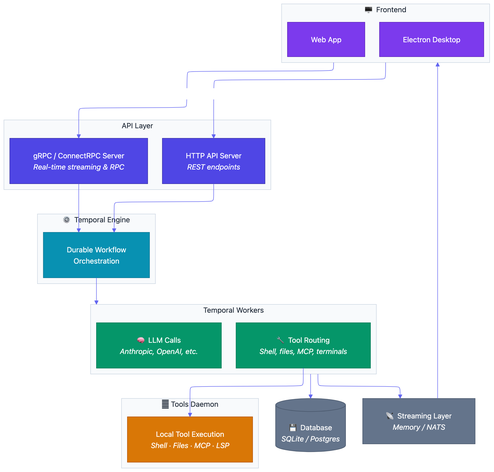
Before: docs/images/architecture/core-components.png, a diagram exported from Mermaid (reliant-labs/reliant). Its source is kept beside it as docs/images/architecture/core-components.mmd.
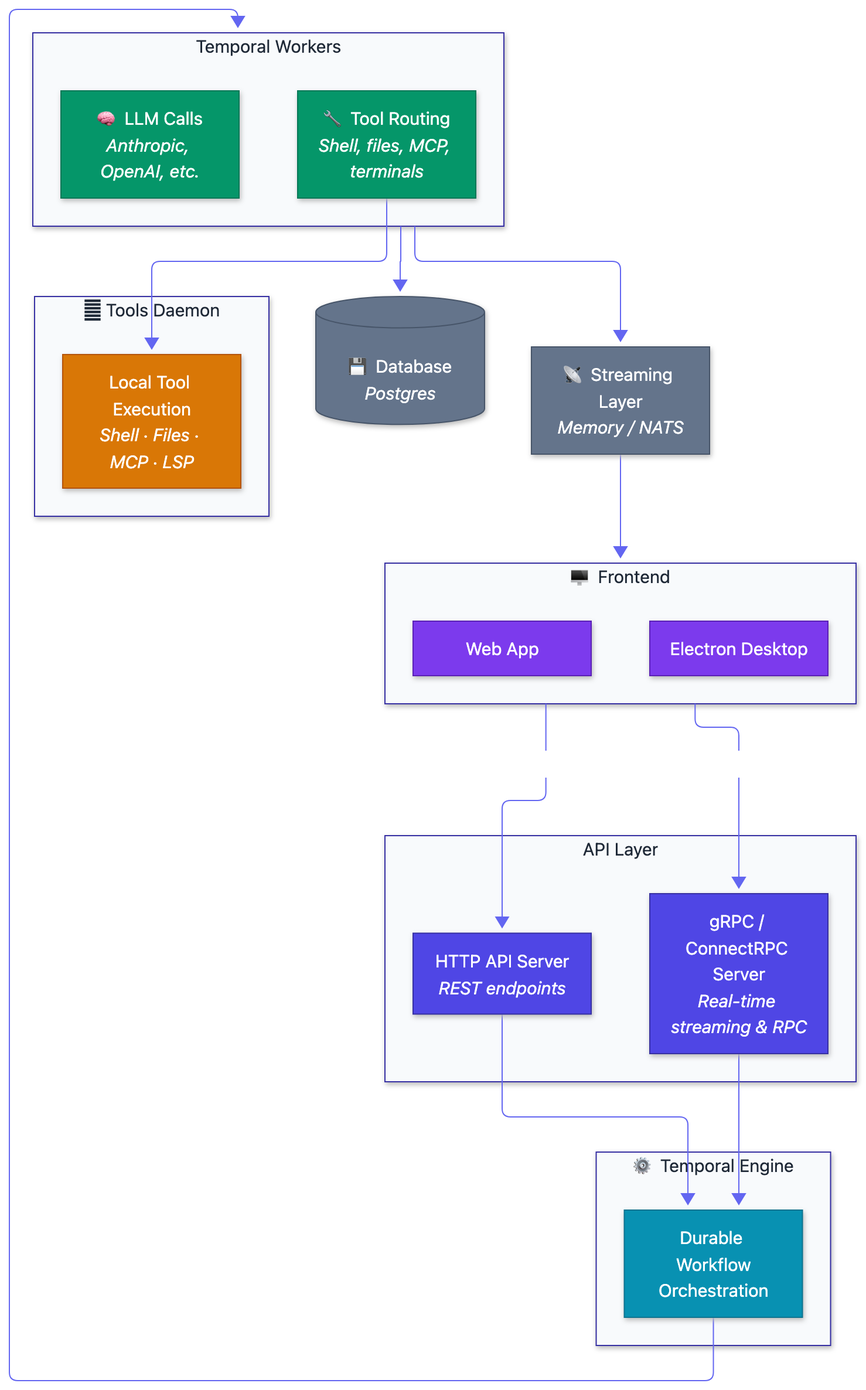
Later version of the same file.

Change to the diagram source:
```diff
@@ -25,7 +25,7 @@
         TD["Local Tool Execution\n<i>Shell · Files · MCP · LSP</i>"]
     end
 
-    DB[("💾 Database\n<i>SQLite / Postgres</i>")]
+    DB[("💾 Database\n<i>Postgres</i>")]
     STREAM["📡 Streaming Layer\n<i>Memory / NATS</i>"]
 
     Frontend -->|REST| HTTP
```
